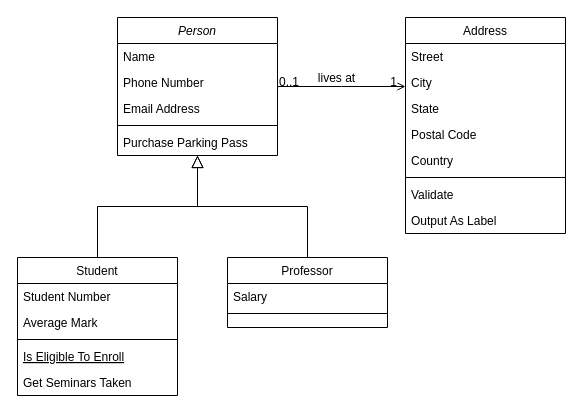
Above: 未命名绘图.drawio in belizer/whole-diagrams (draw.io), before the change. Source tidied: cells renumbered, new cells numbered last; positions are measured from the earlier drawing's top-left corner, leaving out a move shared by most shapes. Both pictures are drawn from the tidied source at 100%, with x=0, y=0 at pixel (17, 17).
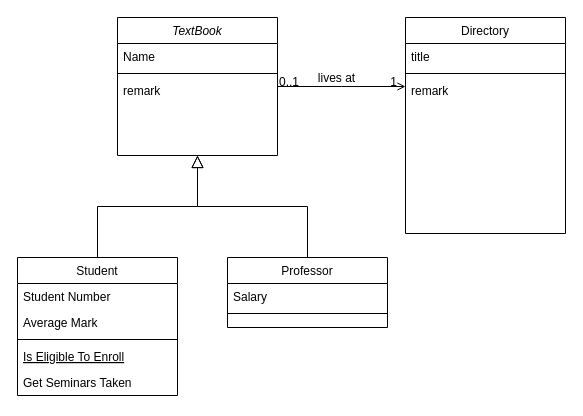
Above is the later version.

Commit message (it also covers changes not shown here):
更新互动电子教材.drawio

The edit, as a diff of the source:
```diff
@@
-    <mxCell id="2" value="Person" style="swimlane;fontStyle=2;align=center;verticalAlign=top;horizontal=1;startSize=26;rounded=0;shadow=0;strokeWidth=1;" parent="1" vertex="1">
+    <mxCell id="2" value="TextBook" style="swimlane;fontStyle=2;align=center;verticalAlign=top;horizontal=1;startSize=26;rounded=0;shadow=0;strokeWidth=1;" parent="1" vertex="1">
       <mxGeometry x="100" width="160" height="138" as="geometry" />
     </mxCell>
@@
-    <mxCell id="4" value="Phone Number" style="text;align=left;verticalAlign=top;spacingLeft=4;spacingRight=4;overflow=hidden;rounded=0;shadow=0;html=0;" parent="2" vertex="1">
-      <mxGeometry y="52" width="160" height="26" as="geometry" />
-    </mxCell>
-    <mxCell id="5" value="Email Address" style="text;align=left;verticalAlign=top;spacingLeft=4;spacingRight=4;overflow=hidden;rounded=0;shadow=0;html=0;" parent="2" vertex="1">
-      <mxGeometry y="78" width="160" height="26" as="geometry" />
-    </mxCell>
     <mxCell id="6" style="line;html=1;strokeWidth=1;align=left;verticalAlign=middle;spacingTop=-1;spacingLeft=3;spacingRight=3;labelPosition=right;" parent="2" vertex="1">
-      <mxGeometry y="104" width="160" height="8" as="geometry" />
+      <mxGeometry y="52" width="160" height="8" as="geometry" />
     </mxCell>
-    <mxCell id="7" value="Purchase Parking Pass" style="text;align=left;verticalAlign=top;spacingLeft=4;spacingRight=4;overflow=hidden;" parent="2" vertex="1">
-      <mxGeometry y="112" width="160" height="26" as="geometry" />
+    <mxCell id="7" value="remark" style="text;align=left;verticalAlign=top;spacingLeft=4;spacingRight=4;overflow=hidden;" parent="2" vertex="1">
+      <mxGeometry y="60" width="160" height="26" as="geometry" />
     </mxCell>
@@
-    <mxCell id="19" value="Address" style="swimlane;fontStyle=0;align=center;verticalAlign=top;horizontal=1;startSize=26;rounded=0;shadow=0;strokeWidth=1;" parent="1" vertex="1">
+    <mxCell id="19" value="Directory" style="swimlane;fontStyle=0;align=center;verticalAlign=top;horizontal=1;startSize=26;rounded=0;shadow=0;strokeWidth=1;" parent="1" vertex="1">
       <mxGeometry x="388" width="160" height="216" as="geometry" />
     </mxCell>
-    <mxCell id="20" value="Street" style="text;align=left;verticalAlign=top;spacingLeft=4;spacingRight=4;overflow=hidden;" parent="19" vertex="1">
+    <mxCell id="20" value="title" style="text;align=left;verticalAlign=top;spacingLeft=4;spacingRight=4;overflow=hidden;" parent="19" vertex="1">
       <mxGeometry y="26" width="160" height="26" as="geometry" />
     </mxCell>
-    <mxCell id="21" value="City" style="text;align=left;verticalAlign=top;spacingLeft=4;spacingRight=4;overflow=hidden;rounded=0;shadow=0;html=0;" parent="19" vertex="1">
-      <mxGeometry y="52" width="160" height="26" as="geometry" />
-    </mxCell>
-    <mxCell id="22" value="State" style="text;align=left;verticalAlign=top;spacingLeft=4;spacingRight=4;overflow=hidden;rounded=0;shadow=0;html=0;" parent="19" vertex="1">
-      <mxGeometry y="78" width="160" height="26" as="geometry" />
-    </mxCell>
-    <mxCell id="23" value="Postal Code" style="text;align=left;verticalAlign=top;spacingLeft=4;spacingRight=4;overflow=hidden;rounded=0;shadow=0;html=0;" parent="19" vertex="1">
-      <mxGeometry y="104" width="160" height="26" as="geometry" />
-    </mxCell>
-    <mxCell id="24" value="Country" style="text;align=left;verticalAlign=top;spacingLeft=4;spacingRight=4;overflow=hidden;rounded=0;shadow=0;html=0;" parent="19" vertex="1">
-      <mxGeometry y="130" width="160" height="26" as="geometry" />
-    </mxCell>
     <mxCell id="25" style="line;html=1;strokeWidth=1;align=left;verticalAlign=middle;spacingTop=-1;spacingLeft=3;spacingRight=3;labelPosition=right;" parent="19" vertex="1">
-      <mxGeometry y="156" width="160" height="8" as="geometry" />
+      <mxGeometry y="52" width="160" height="8" as="geometry" />
     </mxCell>
-    <mxCell id="26" value="Validate" style="text;align=left;verticalAlign=top;spacingLeft=4;spacingRight=4;overflow=hidden;" parent="19" vertex="1">
-      <mxGeometry y="164" width="160" height="26" as="geometry" />
-    </mxCell>
-    <mxCell id="27" value="Output As Label" style="text;align=left;verticalAlign=top;spacingLeft=4;spacingRight=4;overflow=hidden;" parent="19" vertex="1">
-      <mxGeometry y="190" width="160" height="26" as="geometry" />
+    <mxCell id="27" value="remark" style="text;align=left;verticalAlign=top;spacingLeft=4;spacingRight=4;overflow=hidden;" parent="19" vertex="1">
+      <mxGeometry y="60" width="160" height="26" as="geometry" />
     </mxCell>
```
